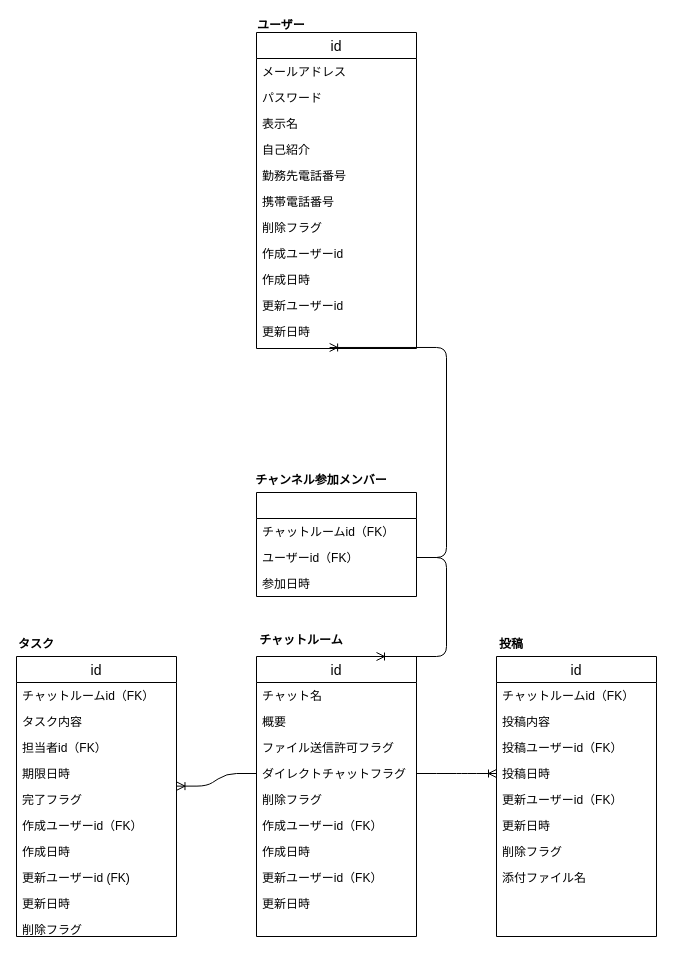
Earlier version of the draw.io diagram db/db-challenge1/er.drawio (KakoFujimoto/database). Source tidied: cells renumbered, new cells numbered last; positions are measured from the earlier drawing's top-left corner, leaving out a move shared by most shapes. Both pictures are drawn from the tidied source at 100%, with x=0, y=0 at pixel (16, 16).
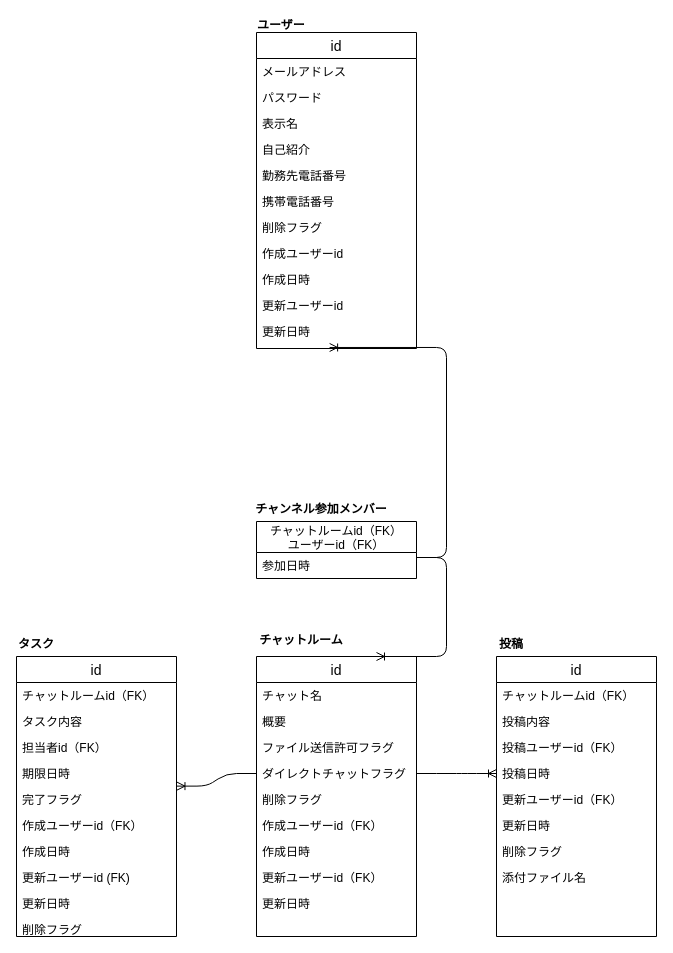
The same diagram, later.

Commit message:
チャンネル参加メンバーをPK２つ構成に再度変更

The edit, as a diff of the source:
```diff
@@
     <mxCell id="6" value="チャンネル参加メンバー" style="text;align=center;verticalAlign=middle;spacingLeft=4;spacingRight=4;fontSize=12;fontStyle=1;" parent="1" vertex="1">
-      <mxGeometry x="240" y="450" width="130" height="26" as="geometry" />
+      <mxGeometry x="240" y="479" width="130" height="26" as="geometry" />
     </mxCell>
@@
-    <mxCell id="58" style="swimlane;fontStyle=0;horizontal=1;startSize=26;align=center;fontSize=14;" parent="1" vertex="1">
-      <mxGeometry x="240" y="476" width="160" height="104" as="geometry" />
+    <mxCell id="58" value="チャットルームid（FK）&#10;ユーザーid（FK）" style="swimlane;fontStyle=0;horizontal=1;startSize=31;align=center;fontSize=12;" parent="1" vertex="1">
+      <mxGeometry x="240" y="505" width="160" height="57" as="geometry" />
     </mxCell>
-    <mxCell id="59" value="チャットルームid（FK）" style="text;strokeColor=none;fillColor=none;spacingLeft=4;spacingRight=4;overflow=hidden;fontSize=12;" parent="58" vertex="1">
-      <mxGeometry y="26" width="160" height="26" as="geometry" />
-    </mxCell>
-    <mxCell id="60" value="ユーザーid（FK）" style="text;strokeColor=none;fillColor=none;spacingLeft=4;spacingRight=4;overflow=hidden;fontSize=12;" parent="58" vertex="1">
-      <mxGeometry y="52" width="160" height="26" as="geometry" />
-    </mxCell>
     <mxCell id="61" value="参加日時" style="text;strokeColor=none;fillColor=none;spacingLeft=4;spacingRight=4;overflow=hidden;fontSize=12;" parent="58" vertex="1">
-      <mxGeometry y="78" width="160" height="26" as="geometry" />
+      <mxGeometry y="31" width="160" height="26" as="geometry" />
     </mxCell>
```
